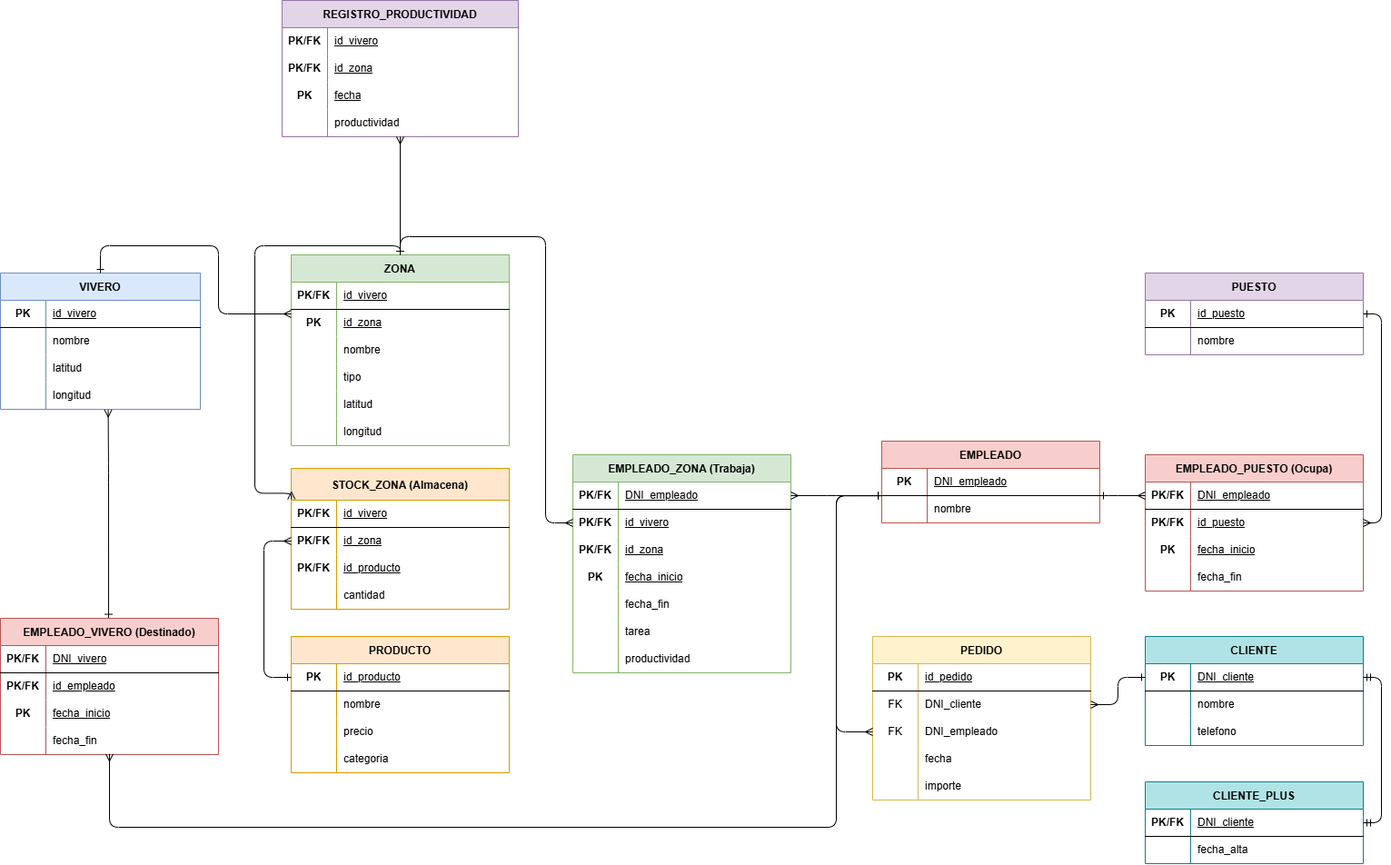
Above: Modelo relacional.png in alu0101539669/Modelo-relacional.-Viveros (draw.io), before the change. Source tidied: cells renumbered, new cells last; positions are measured from the earlier drawing's top-left corner, leaving out a move shared by most shapes.
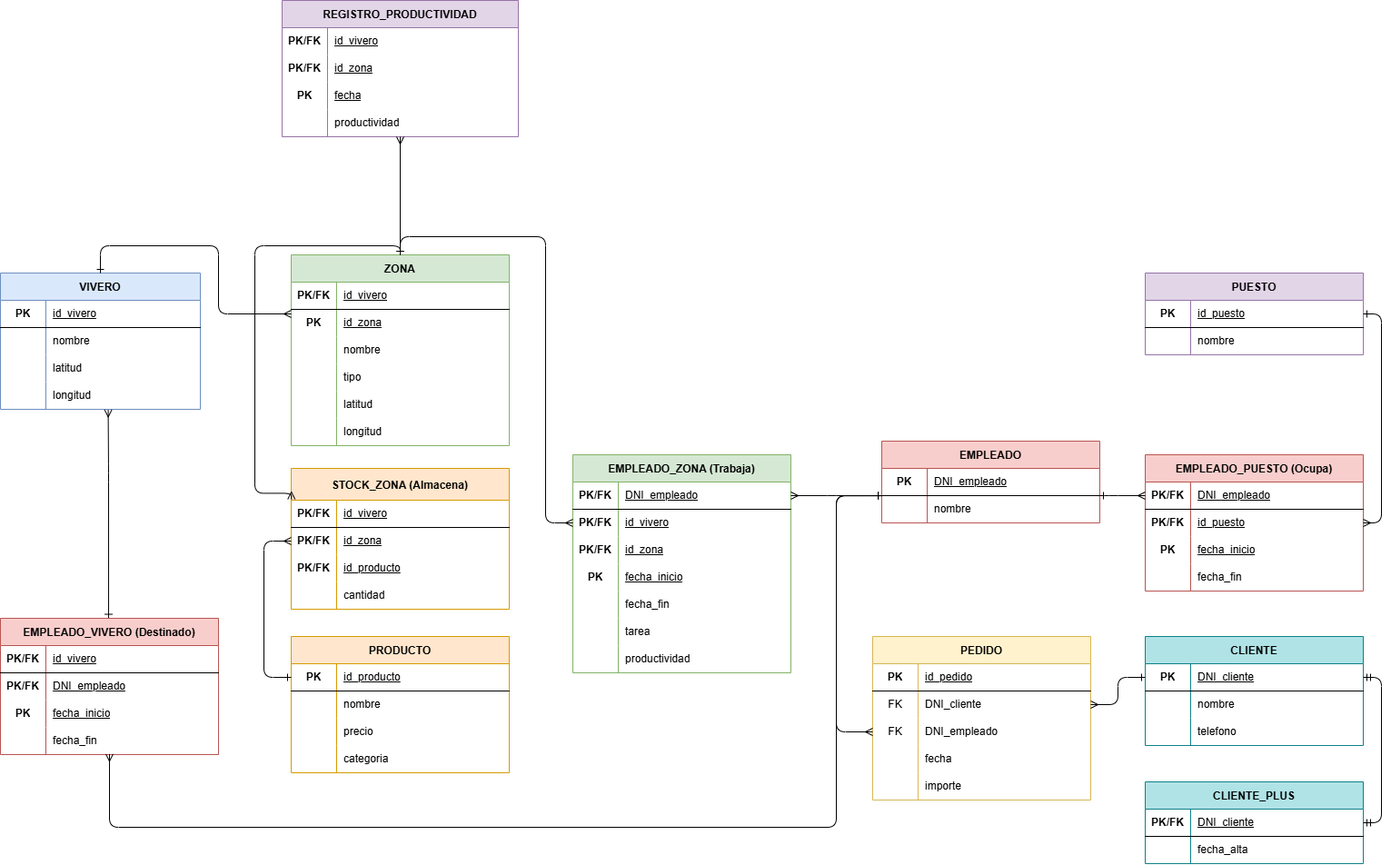
Later version of the same file.

What changed in the source:
```diff
@@ -556,7 +556,7 @@
     <mxCell id="168" value="PK/FK" style="shape=partialRectangle;fillColor=none;top=0;left=0;bottom=0;right=0;fontStyle=1;overflow=hidden;whiteSpace=wrap;html=1;" parent="167" vertex="1">
       <mxGeometry width="50" height="30" as="geometry" />
     </mxCell>
-    <mxCell id="169" value="DNI_vivero" style="shape=partialRectangle;fillColor=none;top=0;left=0;bottom=0;right=0;align=left;spacingLeft=6;fontStyle=4;overflow=hidden;whiteSpace=wrap;html=1;" parent="167" vertex="1">
+    <mxCell id="169" value="id_vivero" style="shape=partialRectangle;fillColor=none;top=0;left=0;bottom=0;right=0;align=left;spacingLeft=6;fontStyle=4;overflow=hidden;whiteSpace=wrap;html=1;" parent="167" vertex="1">
       <mxGeometry x="50" width="190" height="30" as="geometry" />
     </mxCell>
     <mxCell id="170" style="shape=tableRow;horizontal=0;startSize=0;swimlaneHead=0;swimlaneBody=0;fillColor=none;top=0;left=0;right=0;bottom=0;" parent="166" vertex="1">
@@ -565,7 +565,7 @@
     <mxCell id="171" value="PK/FK" style="shape=partialRectangle;fillColor=none;top=0;left=0;bottom=0;right=0;fontStyle=1;overflow=hidden;whiteSpace=wrap;html=1;" parent="170" vertex="1">
       <mxGeometry width="50" height="30" as="geometry" />
     </mxCell>
-    <mxCell id="172" value="id_empleado" style="shape=partialRectangle;fillColor=none;top=0;left=0;bottom=0;right=0;align=left;spacingLeft=6;fontStyle=4;overflow=hidden;whiteSpace=wrap;html=1;" parent="170" vertex="1">
+    <mxCell id="172" value="DNI_empleado" style="shape=partialRectangle;fillColor=none;top=0;left=0;bottom=0;right=0;align=left;spacingLeft=6;fontStyle=4;overflow=hidden;whiteSpace=wrap;html=1;" parent="170" vertex="1">
       <mxGeometry x="50" width="190" height="30" as="geometry" />
     </mxCell>
     <mxCell id="173" style="shape=tableRow;horizontal=0;startSize=0;swimlaneHead=0;swimlaneBody=0;fillColor=none;top=0;left=0;right=0;bottom=0;" parent="166" vertex="1">
```
